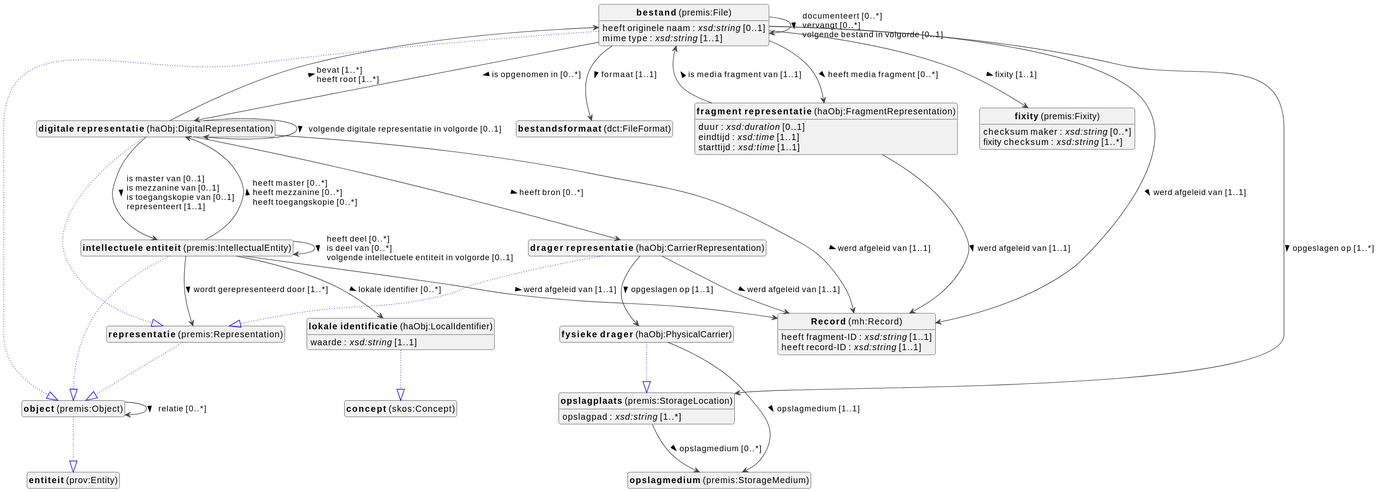
viaacode/documentation-jekyll keeps this PlantUML diagram as docs/metadata/knowledge-graph/0.0.1/objects/nl/objects-diagram.svg. Above is the earlier version.
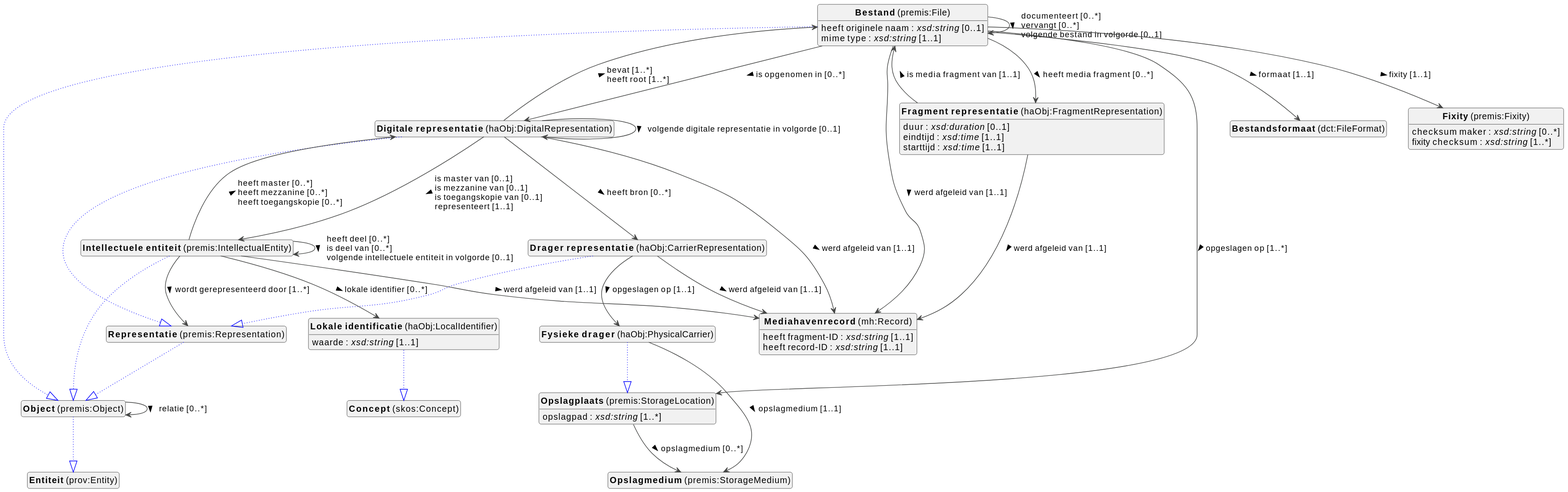
Above is the later version.

The edit, as a diff of the source:
```diff
@@ -10,33 +10,28 @@
 top to bottom direction
 
 
-class "<b>Record</b> (mh:Record)" as mh_Record [[#mh%3ARecord]]
-class "<b>bestand</b> (premis:File)" as premis_File [[#premis%3AFile]]
-class "<b>object</b> (premis:Object)" as premis_Object [[#premis%3AObject]]
-class "<b>bestandsformaat</b> (dct:FileFormat)" as dct_FileFormat [[#dct%3AFileFormat]]
-class "<b>digitale representatie</b> (haObj:DigitalRepresentation)" as haObj_DigitalRepresentation [[#haObj%3ADigitalRepresentation]]
-class "<b>representatie</b> (premis:Representation)" as premis_Representation [[#premis%3ARepresentation]]
-class "<b>drager representatie</b> (haObj:CarrierRepresentation)" as haObj_CarrierRepresentation [[#haObj%3ACarrierRepresentation]]
-class "<b>representatie</b> (premis:Representation)" as premis_Representation [[#premis%3ARepresentation]]
-class "<b>fixity</b> (premis:Fixity)" as premis_Fixity [[#premis%3AFixity]]
-class "<b>fragment representatie</b> (haObj:FragmentRepresentation)" as haObj_FragmentRepresentation [[#haObj%3AFragmentRepresentation]]
-class "<b>fysieke drager</b> (haObj:PhysicalCarrier)" as haObj_PhysicalCarrier [[#haObj%3APhysicalCarrier]]
-class "<b>opslagplaats</b> (premis:StorageLocation)" as premis_StorageLocation [[#premis%3AStorageLocation]]
-class "<b>intellectuele entiteit</b> (premis:IntellectualEntity)" as premis_IntellectualEntity [[#premis%3AIntellectualEntity]]
-class "<b>object</b> (premis:Object)" as premis_Object [[#premis%3AObject]]
-class "<b>lokale identificatie</b> (haObj:LocalIdentifier)" as haObj_LocalIdentifier [[#haObj%3ALocalIdentifier]]
-class "<b>concept</b> (skos:Concept)" as skos_Concept [[#skos%3AConcept]]
-class "<b>object</b> (premis:Object)" as premis_Object [[#premis%3AObject]]
-class "<b>entiteit</b> (prov:Entity)" as prov_Entity [[#prov%3AEntity]]
-class "<b>opslagmedium</b> (premis:StorageMedium)" as premis_StorageMedium [[#premis%3AStorageMedium]]
-class "<b>opslagplaats</b> (premis:StorageLocation)" as premis_StorageLocation [[#premis%3AStorageLocation]]
-class "<b>representatie</b> (premis:Representation)" as premis_Representation [[#premis%3ARepresentation]]
-class "<b>object</b> (premis:Object)" as premis_Object [[#premis%3AObject]]
-
-
-mh_Record : heeft fragment-ID : <i>xsd:string</i> [1..1]
-mh_Record : heeft record-ID : <i>xsd:string</i> [1..1]
-
+class "<b>Bestand</b> (premis:File)" as premis_File [[#premis%3AFile]]
+class "<b>Object</b> (premis:Object)" as premis_Object [[#premis%3AObject]]
+class "<b>Bestandsformaat</b> (dct:FileFormat)" as dct_FileFormat [[#dct%3AFileFormat]]
+class "<b>Digitale representatie</b> (haObj:DigitalRepresentation)" as haObj_DigitalRepresentation [[#haObj%3ADigitalRepresentation]]
+class "<b>Representatie</b> (premis:Representation)" as premis_Representation [[#premis%3ARepresentation]]
+class "<b>Drager representatie</b> (haObj:CarrierRepresentation)" as haObj_CarrierRepresentation [[#haObj%3ACarrierRepresentation]]
+class "<b>Representatie</b> (premis:Representation)" as premis_Representation [[#premis%3ARepresentation]]
+class "<b>Fixity</b> (premis:Fixity)" as premis_Fixity [[#premis%3AFixity]]
+class "<b>Fragment representatie</b> (haObj:FragmentRepresentation)" as haObj_FragmentRepresentation [[#haObj%3AFragmentRepresentation]]
+class "<b>Fysieke drager</b> (haObj:PhysicalCarrier)" as haObj_PhysicalCarrier [[#haObj%3APhysicalCarrier]]
+class "<b>Opslagplaats</b> (premis:StorageLocation)" as premis_StorageLocation [[#premis%3AStorageLocation]]
+class "<b>Intellectuele entiteit</b> (premis:IntellectualEntity)" as premis_IntellectualEntity [[#premis%3AIntellectualEntity]]
+class "<b>Object</b> (premis:Object)" as premis_Object [[#premis%3AObject]]
+class "<b>Lokale identificatie</b> (haObj:LocalIdentifier)" as haObj_LocalIdentifier [[#haObj%3ALocalIdentifier]]
+class "<b>Concept</b> (skos:Concept)" as skos_Concept [[#skos%3AConcept]]
+class "<b>Mediahavenrecord</b> (mh:Record)" as mh_Record [[#mh%3ARecord]]
+class "<b>Object</b> (premis:Object)" as premis_Object [[#premis%3AObject]]
+class "<b>Entiteit</b> (prov:Entity)" as prov_Entity [[#prov%3AEntity]]
+class "<b>Opslagmedium</b> (premis:StorageMedium)" as premis_StorageMedium [[#premis%3AStorageMedium]]
+class "<b>Opslagplaats</b> (premis:StorageLocation)" as premis_StorageLocation [[#premis%3AStorageLocation]]
+class "<b>Representatie</b> (premis:Representation)" as premis_Representation [[#premis%3ARepresentation]]
+class "<b>Object</b> (premis:Object)" as premis_Object [[#premis%3AObject]]
 
 premis_File --|> premis_Object #blue;line.dotted;text:blue
 
@@ -99,6 +94,11 @@
 haObj_LocalIdentifier : waarde : <i>xsd:string</i> [1..1]
 
 
+
+mh_Record : heeft fragment-ID : <i>xsd:string</i> [1..1]
+mh_Record : heeft record-ID : <i>xsd:string</i> [1..1]
+
+
 premis_Object --|> prov_Entity #blue;line.dotted;text:blue
 
 premis_Object --> premis_Object :relatie [0..*]  >
```
